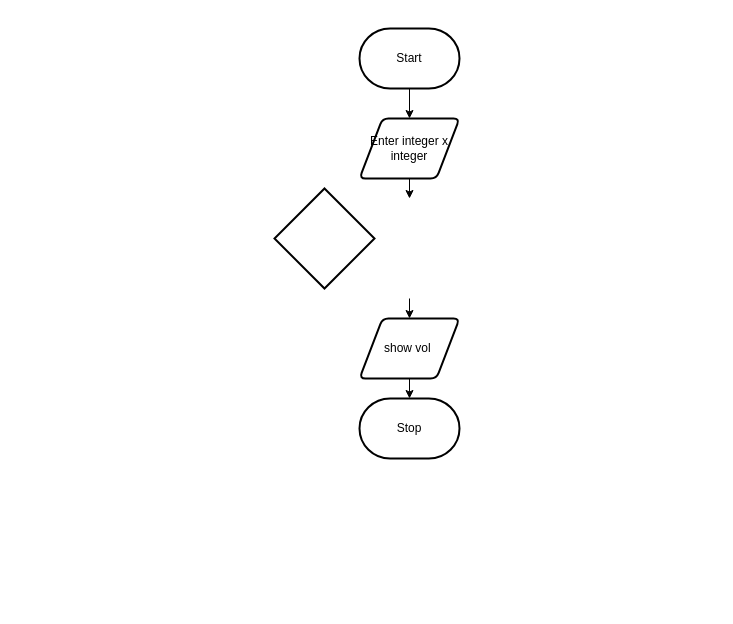
Johanna-liu16/ICS2O-Unit-5-06-JS keeps this draw.io diagram as design/flowchart.drawio. Above is the earlier version. Source tidied: cells renumbered, new cells numbered last; positions are measured from the earlier drawing's top-left corner, leaving out a move shared by most shapes. Both pictures are drawn from the tidied source at 100%, with x=0, y=0 at pixel (274, 28).
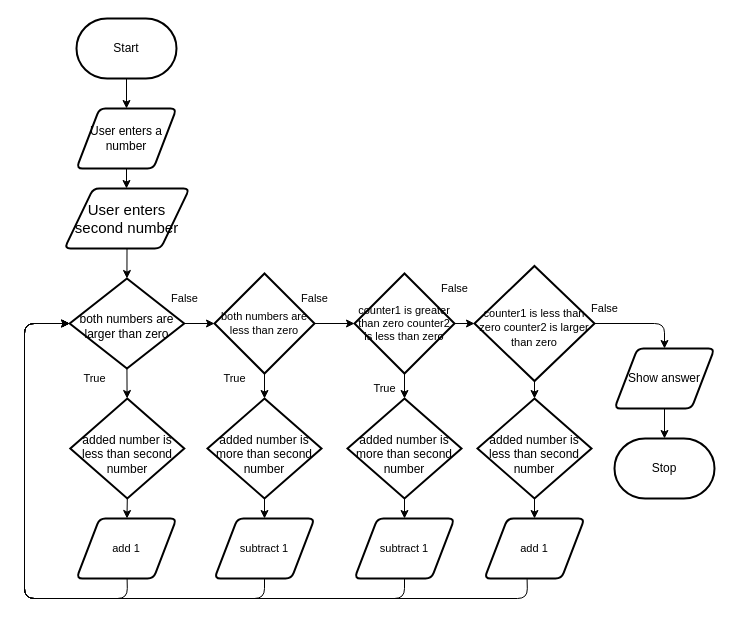
The same page after the edit.

The edit, as a diff of the source:
```diff
@@
     <mxCell id="3" value="Start" style="strokeWidth=2;html=1;shape=mxgraph.flowchart.terminator;whiteSpace=wrap;" parent="1" vertex="1">
-      <mxGeometry x="85" width="100" height="60" as="geometry" />
+      <mxGeometry x="-198" y="-10" width="100" height="60" as="geometry" />
     </mxCell>
     <mxCell id="4" style="edgeStyle=none;html=1;exitX=0.5;exitY=1;exitDx=0;exitDy=0;" parent="1" edge="1" source="5">
       <mxGeometry relative="1" as="geometry">
-        <mxPoint x="135" y="170" as="targetPoint" />
+        <mxPoint x="-148" y="160" as="targetPoint" />
       </mxGeometry>
     </mxCell>
-    <mxCell id="5" value="Enter integer x integer" style="shape=parallelogram;html=1;strokeWidth=2;perimeter=parallelogramPerimeter;whiteSpace=wrap;rounded=1;arcSize=12;size=0.23;" parent="1" vertex="1">
-      <mxGeometry x="85" y="90" width="100" height="60" as="geometry" />
+    <mxCell id="5" value="User enters a number" style="shape=parallelogram;html=1;strokeWidth=2;perimeter=parallelogramPerimeter;whiteSpace=wrap;rounded=1;arcSize=12;size=0.23;" parent="1" vertex="1">
+      <mxGeometry x="-198" y="80" width="100" height="60" as="geometry" />
     </mxCell>
-    <mxCell id="6" style="edgeStyle=none;html=1;exitX=0.5;exitY=1;exitDx=0;exitDy=0;" parent="1" edge="1" target="8">
-      <mxGeometry relative="1" as="geometry">
-        <mxPoint x="135" y="270" as="sourcePoint" />
-      </mxGeometry>
-    </mxCell>
-    <mxCell id="7" style="edgeStyle=none;html=1;exitX=0.5;exitY=1;exitDx=0;exitDy=0;entryX=0.5;entryY=0;entryDx=0;entryDy=0;entryPerimeter=0;" parent="1" edge="1" source="8" target="9">
+    <mxCell id="7" style="edgeStyle=none;html=1;exitX=0.5;exitY=1;exitDx=0;exitDy=0;entryX=0.5;entryY=0;entryDx=0;entryDy=0;entryPerimeter=0;fontSize=11;" parent="1" edge="1" source="8" target="9">
       <mxGeometry relative="1" as="geometry" />
     </mxCell>
-    <mxCell id="8" value="show vol&amp;nbsp;" style="shape=parallelogram;html=1;strokeWidth=2;perimeter=parallelogramPerimeter;whiteSpace=wrap;rounded=1;arcSize=12;size=0.23;" parent="1" vertex="1">
-      <mxGeometry x="85" y="290" width="100" height="60" as="geometry" />
+    <mxCell id="8" value="Show answer" style="shape=parallelogram;html=1;strokeWidth=2;perimeter=parallelogramPerimeter;whiteSpace=wrap;rounded=1;arcSize=12;size=0.23;" parent="1" vertex="1">
+      <mxGeometry x="340" y="320" width="100" height="60" as="geometry" />
     </mxCell>
     <mxCell id="9" value="Stop" style="strokeWidth=2;html=1;shape=mxgraph.flowchart.terminator;whiteSpace=wrap;" parent="1" vertex="1">
-      <mxGeometry x="85" y="370" width="100" height="60" as="geometry" />
+      <mxGeometry x="340" y="410" width="100" height="60" as="geometry" />
     </mxCell>
+    <mxCell id="11" style="edgeStyle=none;html=1;exitX=1;exitY=0.5;exitDx=0;exitDy=0;exitPerimeter=0;entryX=0;entryY=0.5;entryDx=0;entryDy=0;entryPerimeter=0;fontSize=11;" parent="1" edge="1" source="10" target="22">
+      <mxGeometry relative="1" as="geometry" />
+    </mxCell>
+    <mxCell id="12" style="edgeStyle=none;html=1;exitX=0.5;exitY=1;exitDx=0;exitDy=0;exitPerimeter=0;fontSize=11;" parent="1" edge="1" source="10" target="19">
+      <mxGeometry relative="1" as="geometry" />
+    </mxCell>
-    <mxCell id="10" style="strokeWidth=2;html=1;shape=mxgraph.flowchart.decision;whiteSpace=wrap;" parent="1" vertex="1">
-      <mxGeometry y="160" width="100" height="100" as="geometry" />
+    <mxCell id="10" value="both numbers are larger than zero" style="strokeWidth=2;html=1;shape=mxgraph.flowchart.decision;whiteSpace=wrap;spacingTop=14;spacingLeft=3;spacingRight=3;spacingBottom=9;" parent="1" vertex="1">
+      <mxGeometry x="-204.8" y="250" width="114.5" height="90" as="geometry" />
     </mxCell>
+    <mxCell id="13" style="edgeStyle=none;html=1;exitX=0.5;exitY=1;exitDx=0;exitDy=0;entryX=0.5;entryY=0;entryDx=0;entryDy=0;entryPerimeter=0;fontSize=15;" parent="1" edge="1" source="14" target="10">
+      <mxGeometry relative="1" as="geometry" />
+    </mxCell>
+    <mxCell id="14" value="&lt;font style=&quot;font-size: 15px&quot;&gt;User enters second number&lt;/font&gt;" style="shape=parallelogram;html=1;strokeWidth=2;perimeter=parallelogramPerimeter;whiteSpace=wrap;rounded=1;arcSize=12;size=0.23;" parent="1" vertex="1">
+      <mxGeometry x="-210" y="160" width="125" height="60" as="geometry" />
+    </mxCell>
+    <mxCell id="15" style="edgeStyle=none;html=1;exitX=0.5;exitY=1;exitDx=0;exitDy=0;exitPerimeter=0;entryX=0.5;entryY=0;entryDx=0;entryDy=0;entryPerimeter=0;fontSize=11;" parent="1" edge="1" source="17" target="31">
+      <mxGeometry relative="1" as="geometry" />
+    </mxCell>
+    <mxCell id="16" style="edgeStyle=none;html=1;exitX=1;exitY=0.5;exitDx=0;exitDy=0;exitPerimeter=0;fontSize=11;entryX=0.5;entryY=0;entryDx=0;entryDy=0;" parent="1" edge="1" source="17" target="8">
+      <mxGeometry relative="1" as="geometry">
+        <Array as="points">
+          <mxPoint x="390" y="295" />
+        </Array>
+      </mxGeometry>
+    </mxCell>
+    <mxCell id="17" value="&lt;font style=&quot;font-size: 11px&quot;&gt;counter1 is less than zero counter2 is larger than zero&lt;/font&gt;" style="strokeWidth=2;html=1;shape=mxgraph.flowchart.decision;whiteSpace=wrap;spacingBottom=-7;" parent="1" vertex="1">
+      <mxGeometry x="200" y="237.5" width="120" height="115" as="geometry" />
+    </mxCell>
+    <mxCell id="18" style="edgeStyle=none;html=1;exitX=0.5;exitY=1;exitDx=0;exitDy=0;exitPerimeter=0;fontSize=11;" parent="1" edge="1" source="19" target="39">
+      <mxGeometry relative="1" as="geometry" />
+    </mxCell>
+    <mxCell id="19" value="&lt;span&gt;added number is less than second number&lt;/span&gt;" style="strokeWidth=2;html=1;shape=mxgraph.flowchart.decision;whiteSpace=wrap;spacingBottom=-11;" parent="1" vertex="1">
+      <mxGeometry x="-204.2" y="370" width="114" height="100" as="geometry" />
+    </mxCell>
+    <mxCell id="20" style="edgeStyle=none;html=1;exitX=1;exitY=0.5;exitDx=0;exitDy=0;exitPerimeter=0;fontSize=11;" parent="1" edge="1" source="22" target="25">
+      <mxGeometry relative="1" as="geometry" />
+    </mxCell>
+    <mxCell id="21" style="edgeStyle=none;html=1;exitX=0.5;exitY=1;exitDx=0;exitDy=0;exitPerimeter=0;entryX=0.5;entryY=0;entryDx=0;entryDy=0;entryPerimeter=0;fontSize=11;" parent="1" edge="1" source="22" target="27">
+      <mxGeometry relative="1" as="geometry" />
+    </mxCell>
+    <mxCell id="22" value="both numbers are less than zero" style="strokeWidth=2;html=1;shape=mxgraph.flowchart.decision;whiteSpace=wrap;fontSize=11;" parent="1" vertex="1">
+      <mxGeometry x="-60" y="245" width="100" height="100" as="geometry" />
+    </mxCell>
+    <mxCell id="23" style="edgeStyle=none;html=1;exitX=1;exitY=0.5;exitDx=0;exitDy=0;exitPerimeter=0;entryX=0;entryY=0.5;entryDx=0;entryDy=0;entryPerimeter=0;fontSize=11;" parent="1" edge="1" source="25" target="17">
+      <mxGeometry relative="1" as="geometry" />
+    </mxCell>
+    <mxCell id="24" style="edgeStyle=none;html=1;exitX=0.5;exitY=1;exitDx=0;exitDy=0;exitPerimeter=0;entryX=0.5;entryY=0;entryDx=0;entryDy=0;entryPerimeter=0;fontSize=11;" parent="1" edge="1" source="25" target="29">
+      <mxGeometry relative="1" as="geometry" />
+    </mxCell>
+    <mxCell id="25" value="counter1 is greater than zero counter2 is less than zero" style="strokeWidth=2;html=1;shape=mxgraph.flowchart.decision;whiteSpace=wrap;fontSize=11;" parent="1" vertex="1">
+      <mxGeometry x="80" y="245" width="100" height="100" as="geometry" />
+    </mxCell>
+    <mxCell id="26" style="edgeStyle=none;html=1;exitX=0.5;exitY=1;exitDx=0;exitDy=0;exitPerimeter=0;fontSize=11;" parent="1" edge="1" source="27" target="41">
+      <mxGeometry relative="1" as="geometry" />
+    </mxCell>
+    <mxCell id="27" value="&lt;span&gt;added number is more than second number&lt;/span&gt;" style="strokeWidth=2;html=1;shape=mxgraph.flowchart.decision;whiteSpace=wrap;spacingBottom=-11;" parent="1" vertex="1">
+      <mxGeometry x="-67" y="370" width="114" height="100" as="geometry" />
+    </mxCell>
+    <mxCell id="28" style="edgeStyle=none;html=1;exitX=0.5;exitY=1;exitDx=0;exitDy=0;exitPerimeter=0;fontSize=11;" parent="1" edge="1" source="29" target="43">
+      <mxGeometry relative="1" as="geometry" />
+    </mxCell>
+    <mxCell id="29" value="&lt;span&gt;added number is more than second number&lt;/span&gt;" style="strokeWidth=2;html=1;shape=mxgraph.flowchart.decision;whiteSpace=wrap;spacingBottom=-11;" parent="1" vertex="1">
+      <mxGeometry x="73" y="370" width="114" height="100" as="geometry" />
+    </mxCell>
+    <mxCell id="30" style="edgeStyle=none;html=1;exitX=0.5;exitY=1;exitDx=0;exitDy=0;exitPerimeter=0;entryX=0.5;entryY=0;entryDx=0;entryDy=0;fontSize=11;" parent="1" edge="1" source="31" target="45">
+      <mxGeometry relative="1" as="geometry" />
+    </mxCell>
+    <mxCell id="31" value="&lt;span&gt;added number is less than second number&lt;/span&gt;" style="strokeWidth=2;html=1;shape=mxgraph.flowchart.decision;whiteSpace=wrap;spacingBottom=-11;" parent="1" vertex="1">
+      <mxGeometry x="203" y="370" width="114" height="100" as="geometry" />
+    </mxCell>
+    <mxCell id="32" value="True" style="text;html=1;align=center;verticalAlign=middle;strokeColor=none;fillColor=none;fontSize=11;" parent="1" vertex="1">
+      <mxGeometry x="-200" y="340" width="40" height="20" as="geometry" />
+    </mxCell>
+    <mxCell id="33" value="False" style="text;html=1;align=center;verticalAlign=middle;strokeColor=none;fillColor=none;fontSize=11;" parent="1" vertex="1">
+      <mxGeometry x="-110" y="260" width="40" height="20" as="geometry" />
+    </mxCell>
+    <mxCell id="34" value="True" style="text;html=1;align=center;verticalAlign=middle;strokeColor=none;fillColor=none;fontSize=11;" parent="1" vertex="1">
+      <mxGeometry x="-60" y="340" width="40" height="20" as="geometry" />
+    </mxCell>
+    <mxCell id="35" value="False" style="text;html=1;align=center;verticalAlign=middle;strokeColor=none;fillColor=none;fontSize=11;" parent="1" vertex="1">
+      <mxGeometry x="20" y="260" width="40" height="20" as="geometry" />
+    </mxCell>
+    <mxCell id="36" value="True" style="text;html=1;align=center;verticalAlign=middle;strokeColor=none;fillColor=none;fontSize=11;" parent="1" vertex="1">
+      <mxGeometry x="90" y="350" width="40" height="20" as="geometry" />
+    </mxCell>
+    <mxCell id="37" value="False" style="text;html=1;align=center;verticalAlign=middle;strokeColor=none;fillColor=none;fontSize=11;" parent="1" vertex="1">
+      <mxGeometry x="160" y="250" width="40" height="20" as="geometry" />
+    </mxCell>
+    <mxCell id="38" style="edgeStyle=none;html=1;fontSize=11;entryX=0;entryY=0.5;entryDx=0;entryDy=0;entryPerimeter=0;" parent="1" edge="1" source="39" target="10">
+      <mxGeometry relative="1" as="geometry">
+        <Array as="points">
+          <mxPoint x="-147" y="570" />
+          <mxPoint x="-250" y="570" />
+          <mxPoint x="-250" y="295" />
+        </Array>
+      </mxGeometry>
+    </mxCell>
+    <mxCell id="39" value="add 1" style="shape=parallelogram;html=1;strokeWidth=2;perimeter=parallelogramPerimeter;whiteSpace=wrap;rounded=1;arcSize=12;size=0.23;fontSize=11;" parent="1" vertex="1">
+      <mxGeometry x="-198" y="490" width="100" height="60" as="geometry" />
+    </mxCell>
+    <mxCell id="40" style="edgeStyle=none;html=1;fontSize=11;entryX=0;entryY=0.5;entryDx=0;entryDy=0;entryPerimeter=0;" parent="1" edge="1" source="41" target="10">
+      <mxGeometry relative="1" as="geometry">
+        <Array as="points">
+          <mxPoint x="-10" y="570" />
+          <mxPoint x="-250" y="570" />
+          <mxPoint x="-250" y="295" />
+        </Array>
+      </mxGeometry>
+    </mxCell>
+    <mxCell id="41" value="subtract 1" style="shape=parallelogram;html=1;strokeWidth=2;perimeter=parallelogramPerimeter;whiteSpace=wrap;rounded=1;arcSize=12;size=0.23;fontSize=11;" parent="1" vertex="1">
+      <mxGeometry x="-60" y="490" width="100" height="60" as="geometry" />
+    </mxCell>
+    <mxCell id="42" style="edgeStyle=none;html=1;exitX=0.5;exitY=1;exitDx=0;exitDy=0;fontSize=11;entryX=0;entryY=0.5;entryDx=0;entryDy=0;entryPerimeter=0;" parent="1" edge="1" source="43" target="10">
+      <mxGeometry relative="1" as="geometry">
+        <Array as="points">
+          <mxPoint x="130" y="570" />
+          <mxPoint x="-250" y="570" />
+          <mxPoint x="-250" y="295" />
+        </Array>
+      </mxGeometry>
+    </mxCell>
+    <mxCell id="43" value="subtract 1" style="shape=parallelogram;html=1;strokeWidth=2;perimeter=parallelogramPerimeter;whiteSpace=wrap;rounded=1;arcSize=12;size=0.23;fontSize=11;" parent="1" vertex="1">
+      <mxGeometry x="80" y="490" width="100" height="60" as="geometry" />
+    </mxCell>
+    <mxCell id="44" style="edgeStyle=none;html=1;exitX=0.426;exitY=1.01;exitDx=0;exitDy=0;fontSize=11;entryX=0;entryY=0.5;entryDx=0;entryDy=0;entryPerimeter=0;exitPerimeter=0;" parent="1" edge="1" source="45" target="10">
+      <mxGeometry relative="1" as="geometry">
+        <Array as="points">
+          <mxPoint x="253" y="570" />
+          <mxPoint x="-250" y="570" />
+          <mxPoint x="-250" y="295" />
+        </Array>
+      </mxGeometry>
+    </mxCell>
+    <mxCell id="45" value="add 1" style="shape=parallelogram;html=1;strokeWidth=2;perimeter=parallelogramPerimeter;whiteSpace=wrap;rounded=1;arcSize=12;size=0.23;fontSize=11;" parent="1" vertex="1">
+      <mxGeometry x="210" y="490" width="100" height="60" as="geometry" />
+    </mxCell>
+    <mxCell id="46" value="False" style="text;html=1;align=center;verticalAlign=middle;strokeColor=none;fillColor=none;fontSize=11;" parent="1" vertex="1">
+      <mxGeometry x="310" y="270" width="40" height="20" as="geometry" />
+    </mxCell>
```
